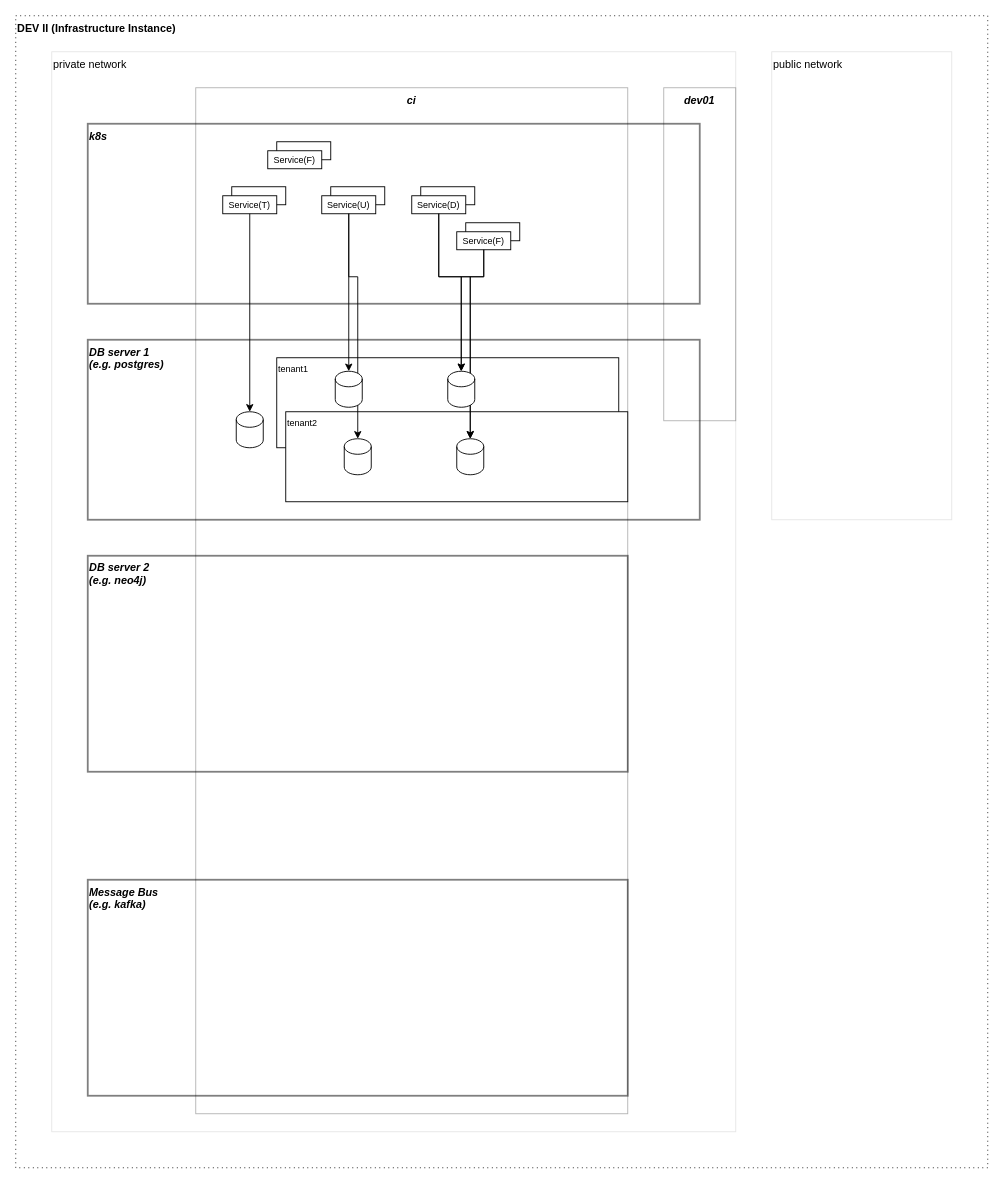
Before: tln-clouds-ii.drawio in project-talan/tln-clouds, a draw.io diagram. Source tidied: cells renumbered, new cells numbered last; positions are measured from the earlier drawing's top-left corner, leaving out a move shared by most shapes. Both pictures are drawn from the tidied source at 90%, with x=0, y=0 at pixel (15, 15).
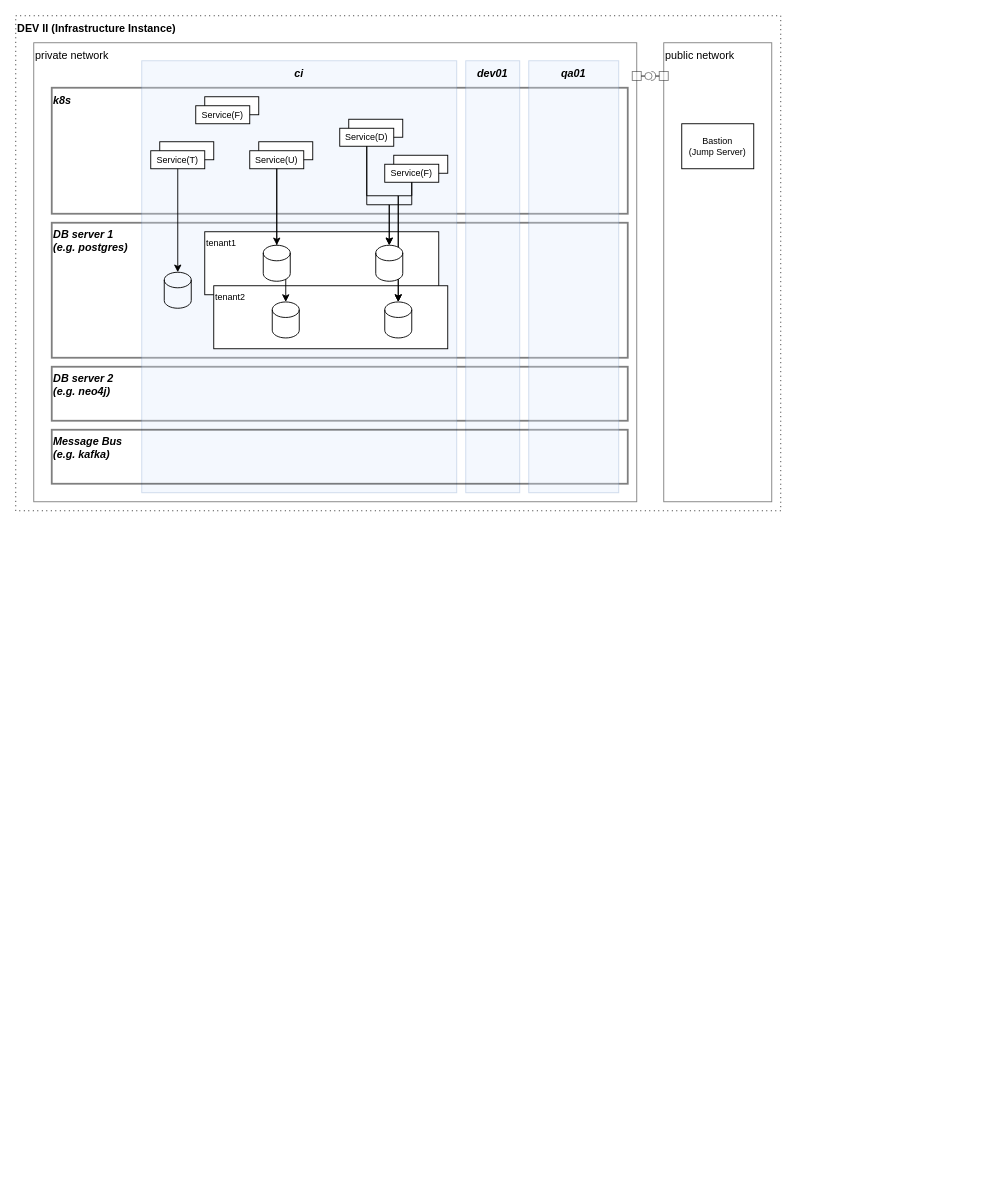
The same diagram, later.

Diff of the diagram source:
```diff
@@
     <mxCell id="2" value="DEV II (Infrastructure Instance)" style="rounded=0;whiteSpace=wrap;html=1;dashed=1;fillColor=none;align=left;verticalAlign=top;fontStyle=1;dashPattern=1 4;" parent="1" vertex="1">
-      <mxGeometry width="1080" height="1280" as="geometry" />
+      <mxGeometry width="850" height="550" as="geometry" />
     </mxCell>
-    <mxCell id="3" value="private network" style="rounded=0;whiteSpace=wrap;html=1;fillColor=none;align=left;horizontal=1;verticalAlign=top;spacing=2;opacity=10;" parent="1" vertex="1">
-      <mxGeometry x="40" y="40" width="760" height="1200" as="geometry" />
+    <mxCell id="3" value="private network" style="rounded=0;whiteSpace=wrap;html=1;fillColor=none;align=left;horizontal=1;verticalAlign=top;spacing=2;opacity=50;" parent="1" vertex="1">
+      <mxGeometry x="20" y="30" width="670" height="510" as="geometry" />
     </mxCell>
-    <mxCell id="4" value="public network" style="rounded=0;whiteSpace=wrap;html=1;fillColor=none;align=left;horizontal=1;verticalAlign=top;spacing=2;opacity=10;" parent="1" vertex="1">
-      <mxGeometry x="840" y="40" width="200" height="520" as="geometry" />
+    <mxCell id="4" value="public network" style="rounded=0;whiteSpace=wrap;html=1;fillColor=none;align=left;horizontal=1;verticalAlign=top;spacing=2;opacity=50;" parent="1" vertex="1">
+      <mxGeometry x="720" y="30" width="120" height="510" as="geometry" />
     </mxCell>
     <mxCell id="5" value="k8s" style="rounded=0;whiteSpace=wrap;html=1;fillColor=none;fontStyle=3;verticalAlign=top;align=left;opacity=50;spacingLeft=0;spacingTop=0;strokeWidth=2;" parent="1" vertex="1">
-      <mxGeometry x="80" y="120" width="680" height="200" as="geometry" />
+      <mxGeometry x="40" y="80" width="640" height="140" as="geometry" />
     </mxCell>
     <mxCell id="6" value="DB server 1&lt;br&gt;(e.g. postgres)" style="rounded=0;whiteSpace=wrap;html=1;fillColor=none;fontStyle=3;verticalAlign=top;align=left;opacity=50;strokeWidth=2;" parent="1" vertex="1">
-      <mxGeometry x="80" y="360" width="680" height="200" as="geometry" />
+      <mxGeometry x="40" y="230" width="640" height="150" as="geometry" />
     </mxCell>
     <mxCell id="7" value="DB server 2&lt;br&gt;(e.g. neo4j)" style="rounded=0;whiteSpace=wrap;html=1;fillColor=none;fontStyle=3;verticalAlign=top;align=left;opacity=50;strokeWidth=2;" parent="1" vertex="1">
-      <mxGeometry x="80" y="600" width="600" height="240" as="geometry" />
+      <mxGeometry x="40" y="390" width="640" height="60" as="geometry" />
     </mxCell>
-    <mxCell id="8" value="dev01" style="rounded=0;whiteSpace=wrap;html=1;fillColor=none;fontStyle=3;verticalAlign=top;align=center;opacity=30;" parent="1" vertex="1">
-      <mxGeometry x="720" y="80" width="80" height="370" as="geometry" />
+    <mxCell id="8" value="dev01" style="rounded=0;whiteSpace=wrap;html=1;fillColor=#dae8fc;fontStyle=3;verticalAlign=top;align=center;opacity=30;strokeColor=#6c8ebf;" parent="1" vertex="1">
+      <mxGeometry x="500" y="50" width="60" height="480" as="geometry" />
     </mxCell>
-    <mxCell id="9" value="ci" style="rounded=0;whiteSpace=wrap;html=1;fillColor=none;fontStyle=3;verticalAlign=top;align=center;opacity=30;" parent="1" vertex="1">
-      <mxGeometry x="200" y="80" width="480" height="1140" as="geometry" />
+    <mxCell id="9" value="ci" style="rounded=0;whiteSpace=wrap;html=1;fillColor=#dae8fc;fontStyle=3;verticalAlign=top;align=center;opacity=30;strokeColor=#6c8ebf;" parent="1" vertex="1">
+      <mxGeometry x="140" y="50" width="350" height="480" as="geometry" />
     </mxCell>
     <mxCell id="10" value="Message Bus&lt;br&gt;(e.g. kafka)" style="rounded=0;whiteSpace=wrap;html=1;fillColor=none;fontStyle=3;verticalAlign=top;align=left;opacity=50;strokeWidth=2;" parent="1" vertex="1">
-      <mxGeometry x="80" y="960" width="600" height="240" as="geometry" />
+      <mxGeometry x="40" y="460" width="640" height="60" as="geometry" />
     </mxCell>
     <mxCell id="11" style="shape=cylinder3;whiteSpace=wrap;html=1;boundedLbl=1;backgroundOutline=1;size=8.629629629629619;fontColor=#FF0000;strokeWidth=1;fillColor=none;" parent="1" vertex="1">
-      <mxGeometry x="245" y="440" width="30" height="40" as="geometry" />
+      <mxGeometry x="165" y="285" width="30" height="40" as="geometry" />
     </mxCell>
     <mxCell id="12" style="rounded=0;whiteSpace=wrap;html=1;fontColor=#000000;strokeWidth=1;fillColor=default;fontSize=10;" parent="1" vertex="1">
-      <mxGeometry x="240" y="190" width="60" height="20" as="geometry" />
+      <mxGeometry x="160" y="140" width="60" height="20" as="geometry" />
     </mxCell>
     <mxCell id="13" value="&lt;font style=&quot;font-size: 10px;&quot;&gt;Service(T)&lt;/font&gt;" style="rounded=0;whiteSpace=wrap;html=1;fontColor=#000000;strokeWidth=1;fillColor=default;fontSize=10;" parent="1" vertex="1">
-      <mxGeometry x="230" y="200" width="60" height="20" as="geometry" />
+      <mxGeometry x="150" y="150" width="60" height="20" as="geometry" />
     </mxCell>
@@
     <mxCell id="15" value="tenant1" style="rounded=0;whiteSpace=wrap;html=1;fontSize=10;fontColor=#000000;strokeWidth=1;fillColor=default;align=left;verticalAlign=top;" parent="1" vertex="1">
-      <mxGeometry x="290" y="380" width="380" height="100" as="geometry" />
+      <mxGeometry x="210" y="240" width="260" height="70" as="geometry" />
     </mxCell>
     <mxCell id="16" value="tenant2" style="rounded=0;whiteSpace=wrap;html=1;fontSize=10;fontColor=#000000;strokeWidth=1;fillColor=default;align=left;verticalAlign=top;" parent="1" vertex="1">
-      <mxGeometry x="300" y="440" width="380" height="100" as="geometry" />
+      <mxGeometry x="220" y="300" width="260" height="70" as="geometry" />
     </mxCell>
     <mxCell id="17" style="rounded=0;whiteSpace=wrap;html=1;fontColor=#000000;strokeWidth=1;fillColor=default;fontSize=10;" parent="1" vertex="1">
-      <mxGeometry x="290" y="140" width="60" height="20" as="geometry" />
+      <mxGeometry x="210" y="90" width="60" height="20" as="geometry" />
     </mxCell>
     <mxCell id="18" value="&lt;font style=&quot;font-size: 10px&quot;&gt;Service(F)&lt;/font&gt;" style="rounded=0;whiteSpace=wrap;html=1;fontColor=#000000;strokeWidth=1;fillColor=default;fontSize=10;" parent="1" vertex="1">
-      <mxGeometry x="280" y="150" width="60" height="20" as="geometry" />
+      <mxGeometry x="200" y="100" width="60" height="20" as="geometry" />
     </mxCell>
     <mxCell id="19" style="rounded=0;whiteSpace=wrap;html=1;fontColor=#000000;strokeWidth=1;fillColor=default;fontSize=10;" parent="1" vertex="1">
-      <mxGeometry x="350" y="190" width="60" height="20" as="geometry" />
+      <mxGeometry x="270" y="140" width="60" height="20" as="geometry" />
     </mxCell>
     <mxCell id="20" value="&lt;font style=&quot;font-size: 10px&quot;&gt;Service(U)&lt;/font&gt;" style="rounded=0;whiteSpace=wrap;html=1;fontColor=#000000;strokeWidth=1;fillColor=default;fontSize=10;" parent="1" vertex="1">
-      <mxGeometry x="340" y="200" width="60" height="20" as="geometry" />
+      <mxGeometry x="260" y="150" width="60" height="20" as="geometry" />
     </mxCell>
     <mxCell id="21" style="shape=cylinder3;whiteSpace=wrap;html=1;boundedLbl=1;backgroundOutline=1;size=8.629629629629619;fontColor=#FF0000;strokeWidth=1;fillColor=none;" parent="1" vertex="1">
-      <mxGeometry x="365" y="470" width="30" height="40" as="geometry" />
+      <mxGeometry x="285" y="318" width="30" height="40" as="geometry" />
     </mxCell>
     <mxCell id="22" style="rounded=0;whiteSpace=wrap;html=1;fontColor=#000000;strokeWidth=1;fillColor=default;fontSize=10;" parent="1" vertex="1">
-      <mxGeometry x="450" y="190" width="60" height="20" as="geometry" />
+      <mxGeometry x="370" y="115" width="60" height="20" as="geometry" />
     </mxCell>
     <mxCell id="23" value="&lt;font style=&quot;font-size: 10px&quot;&gt;Service(D)&lt;/font&gt;" style="rounded=0;whiteSpace=wrap;html=1;fontColor=#000000;strokeWidth=1;fillColor=default;fontSize=10;" parent="1" vertex="1">
-      <mxGeometry x="440" y="200" width="60" height="20" as="geometry" />
+      <mxGeometry x="360" y="125" width="60" height="20" as="geometry" />
     </mxCell>
     <mxCell id="24" style="rounded=0;whiteSpace=wrap;html=1;fontColor=#000000;strokeWidth=1;fillColor=default;fontSize=10;" parent="1" vertex="1">
-      <mxGeometry x="500" y="230" width="60" height="20" as="geometry" />
+      <mxGeometry x="420" y="155" width="60" height="20" as="geometry" />
     </mxCell>
     <mxCell id="25" value="&lt;font style=&quot;font-size: 10px&quot;&gt;Service(F)&lt;/font&gt;" style="rounded=0;whiteSpace=wrap;html=1;fontColor=#000000;strokeWidth=1;fillColor=default;fontSize=10;" parent="1" vertex="1">
-      <mxGeometry x="490" y="240" width="60" height="20" as="geometry" />
+      <mxGeometry x="410" y="165" width="60" height="20" as="geometry" />
     </mxCell>
@@
     <mxCell id="27" style="endArrow=classic;html=1;rounded=0;fontSize=10;fontColor=#000000;exitX=0.5;exitY=1;exitDx=0;exitDy=0;entryX=0.5;entryY=0;entryDx=0;entryDy=0;entryPerimeter=0;edgeStyle=orthogonalEdgeStyle;" parent="1" edge="1" source="20" target="21">
       <mxGeometry relative="1" as="geometry">
         <Array as="points">
-          <mxPoint x="370" y="290" />
-          <mxPoint x="380" y="290" />
+          <mxPoint x="290" y="290" />
+          <mxPoint x="300" y="290" />
         </Array>
       </mxGeometry>
     </mxCell>
     <mxCell id="28" style="shape=cylinder3;whiteSpace=wrap;html=1;boundedLbl=1;backgroundOutline=1;size=8.629629629629619;fontColor=#FF0000;strokeWidth=1;fillColor=default;" parent="1" vertex="1">
-      <mxGeometry x="355" y="395" width="30" height="40" as="geometry" />
+      <mxGeometry x="275" y="255" width="30" height="40" as="geometry" />
     </mxCell>
     <mxCell id="29" style="endArrow=classic;html=1;rounded=0;fontSize=10;fontColor=#000000;exitX=0.5;exitY=1;exitDx=0;exitDy=0;entryX=0.5;entryY=0;entryDx=0;entryDy=0;entryPerimeter=0;edgeStyle=orthogonalEdgeStyle;" parent="1" edge="1" source="23" target="34">
       <mxGeometry relative="1" as="geometry">
         <Array as="points">
-          <mxPoint x="470" y="290" />
-          <mxPoint x="495" y="290" />
+          <mxPoint x="390" y="210" />
+          <mxPoint x="415" y="210" />
         </Array>
       </mxGeometry>
     </mxCell>
     <mxCell id="30" style="endArrow=classic;html=1;rounded=0;fontSize=10;fontColor=#000000;exitX=0.5;exitY=1;exitDx=0;exitDy=0;entryX=0.5;entryY=0;entryDx=0;entryDy=0;entryPerimeter=0;edgeStyle=orthogonalEdgeStyle;" parent="1" edge="1" source="25" target="34">
       <mxGeometry relative="1" as="geometry">
         <Array as="points">
-          <mxPoint x="520" y="290" />
-          <mxPoint x="495" y="290" />
+          <mxPoint x="440" y="210" />
+          <mxPoint x="415" y="210" />
         </Array>
       </mxGeometry>
     </mxCell>
     <mxCell id="31" style="shape=cylinder3;whiteSpace=wrap;html=1;boundedLbl=1;backgroundOutline=1;size=8.629629629629619;fontColor=#FF0000;strokeWidth=1;fillColor=none;" parent="1" vertex="1">
-      <mxGeometry x="490" y="470" width="30" height="40" as="geometry" />
+      <mxGeometry x="410" y="318" width="30" height="40" as="geometry" />
     </mxCell>
     <mxCell id="32" style="endArrow=classic;html=1;rounded=0;fontSize=10;fontColor=#000000;exitX=0.5;exitY=1;exitDx=0;exitDy=0;entryX=0.5;entryY=0;entryDx=0;entryDy=0;entryPerimeter=0;edgeStyle=orthogonalEdgeStyle;" parent="1" edge="1" source="23" target="31">
       <mxGeometry relative="1" as="geometry">
         <Array as="points">
-          <mxPoint x="470" y="290" />
-          <mxPoint x="505" y="290" />
+          <mxPoint x="390" y="200" />
+          <mxPoint x="425" y="200" />
         </Array>
       </mxGeometry>
     </mxCell>
     <mxCell id="33" style="endArrow=classic;html=1;rounded=0;fontSize=10;fontColor=#000000;exitX=0.5;exitY=1;exitDx=0;exitDy=0;entryX=0.5;entryY=0;entryDx=0;entryDy=0;entryPerimeter=0;edgeStyle=orthogonalEdgeStyle;" parent="1" edge="1" source="25" target="31">
       <mxGeometry relative="1" as="geometry">
         <Array as="points">
-          <mxPoint x="520" y="290" />
-          <mxPoint x="505" y="290" />
+          <mxPoint x="440" y="200" />
+          <mxPoint x="425" y="200" />
         </Array>
       </mxGeometry>
     </mxCell>
     <mxCell id="34" style="shape=cylinder3;whiteSpace=wrap;html=1;boundedLbl=1;backgroundOutline=1;size=8.629629629629619;fontColor=#FF0000;strokeWidth=1;fillColor=default;" parent="1" vertex="1">
-      <mxGeometry x="480" y="395" width="30" height="40" as="geometry" />
+      <mxGeometry x="400" y="255" width="30" height="40" as="geometry" />
     </mxCell>
+    <mxCell id="35" value="qa01" style="rounded=0;whiteSpace=wrap;html=1;fillColor=#dae8fc;fontStyle=3;verticalAlign=top;align=center;opacity=30;strokeColor=#6c8ebf;" parent="1" vertex="1">
+      <mxGeometry x="570" y="50" width="100" height="480" as="geometry" />
+    </mxCell>
+    <mxCell id="36" style="html=1;rounded=0;opacity=50;" parent="1" vertex="1">
+      <mxGeometry x="685" y="62" width="10" height="10" as="geometry" />
+    </mxCell>
+    <mxCell id="37" style="endArrow=none;html=1;rounded=0;align=center;verticalAlign=top;endFill=0;labelBackgroundColor=none;endSize=2;" parent="1" edge="1" source="36" target="38">
+      <mxGeometry relative="1" as="geometry" />
+    </mxCell>
+    <mxCell id="38" style="ellipse;html=1;fontSize=11;align=center;fillColor=none;points=[];verticalAlign=bottom;labelPosition=center;verticalLabelPosition=top;flipH=1;opacity=50;" parent="1" vertex="1">
+      <mxGeometry x="699" y="63" width="8" height="8" as="geometry" />
+    </mxCell>
+    <mxCell id="39" style="html=1;rounded=0;opacity=50;" parent="1" vertex="1">
+      <mxGeometry x="715" y="62" width="10" height="10" as="geometry" />
+    </mxCell>
+    <mxCell id="40" style="endArrow=none;html=1;rounded=0;align=center;verticalAlign=top;endFill=0;labelBackgroundColor=none;endSize=2;" parent="1" edge="1" source="39" target="41">
+      <mxGeometry relative="1" as="geometry" />
+    </mxCell>
+    <mxCell id="41" style="shape=requiredInterface;html=1;fontSize=11;align=center;fillColor=none;points=[];verticalAlign=bottom;labelPosition=center;verticalLabelPosition=top;flipH=1;opacity=50;rotation=-177;" parent="1" vertex="1">
+      <mxGeometry x="706" y="62" width="5" height="10" as="geometry" />
+    </mxCell>
+    <mxCell id="42" value="&lt;font style=&quot;font-size: 10px&quot;&gt;Bastion&lt;br&gt;(Jump Server)&lt;br&gt;&lt;/font&gt;" style="rounded=0;whiteSpace=wrap;html=1;fontColor=#000000;strokeWidth=1;fillColor=default;fontSize=10;" parent="1" vertex="1">
+      <mxGeometry x="740" y="120" width="80" height="50" as="geometry" />
+    </mxCell>
```
